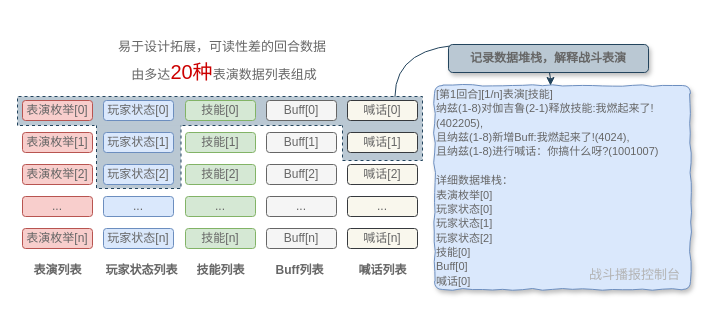
Above: ppt战斗文字播报器介绍.drawio in leoin2012/draw.io.files (draw.io), before the change. Source tidied: cells renumbered, new cells numbered last; positions are measured from the earlier drawing's top-left corner, leaving out a move shared by most shapes. Both pictures are drawn from the tidied source at 100%, with x=0, y=0 at pixel (17, 36).
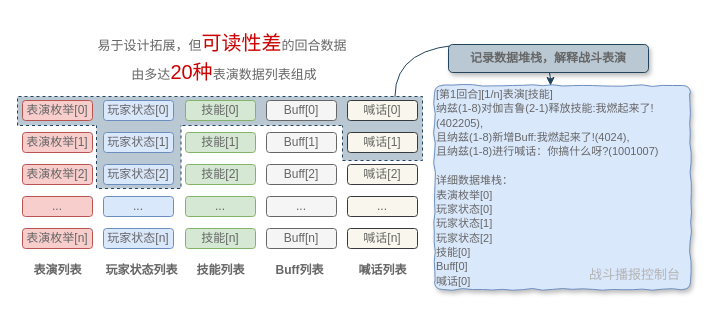
The same diagram, later.

Commit message (it also covers changes not shown here):
更新ppt战斗文字播报器介绍.drawio

The edit, as a diff of the source:
```diff
@@
-    <mxCell id="29" value="&lt;p style=&quot;font-size: 13px&quot;&gt;&lt;font color=&quot;#666666&quot; style=&quot;font-size: 13px&quot;&gt;易于设计拓展，可读性差的回合数据&lt;/font&gt;&lt;/p&gt;" style="text;html=1;strokeColor=none;fillColor=none;align=center;verticalAlign=middle;whiteSpace=wrap;rounded=0;comic=0;fontSize=13;" parent="1" vertex="1">
-      <mxGeometry x="85" y="-0.5" width="240" height="20" as="geometry" />
+    <mxCell id="29" value="&lt;p&gt;&lt;font&gt;&lt;font color=&quot;#666666&quot; style=&quot;font-size: 13px&quot;&gt;易于设计拓展，但&lt;/font&gt;&lt;font color=&quot;#cc0000&quot; style=&quot;font-size: 20px&quot;&gt;可读性差&lt;/font&gt;&lt;font color=&quot;#666666&quot; style=&quot;font-size: 13px&quot;&gt;的回合数据&lt;/font&gt;&lt;/font&gt;&lt;/p&gt;" style="text;html=1;strokeColor=none;fillColor=none;align=center;verticalAlign=middle;whiteSpace=wrap;rounded=0;comic=0;fontSize=13;" parent="1" vertex="1">
+      <mxGeometry x="79" y="-4" width="252" height="20" as="geometry" />
     </mxCell>
```
